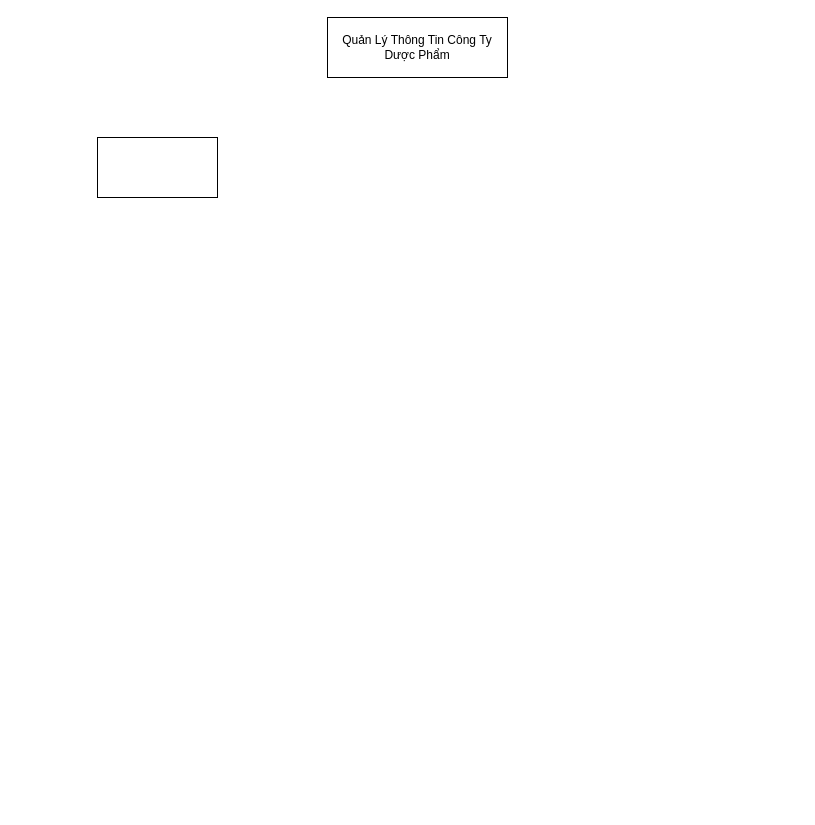
The draw.io diagram page "Page-2" (2 of 3) of Diagrams/BusinessInformationSystems.drawio in Nguyen-Dinh-Sang/BusinessInformationSystems, before the edit. Source tidied: cells renumbered, new cells numbered last; positions are measured from the earlier drawing's top-left corner, leaving out a move shared by most shapes. Both pictures are drawn from the tidied source at 100%, with x=0, y=0 at pixel (97, 17).
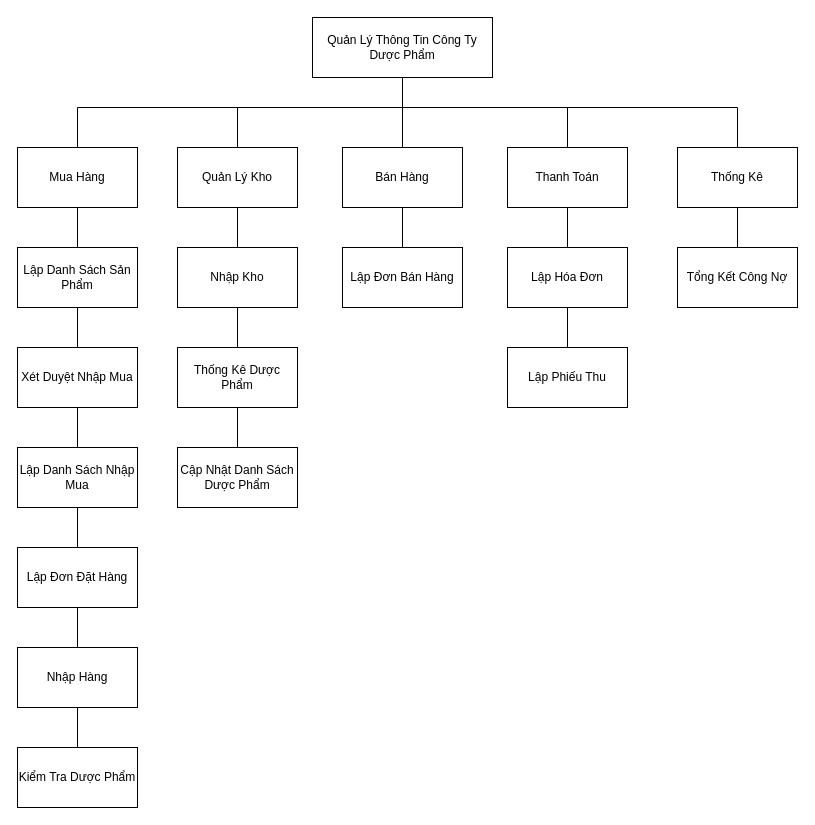
After the change.

Change to the diagram source:
```diff
@@
     <mxCell id="2" value="Quản Lý Thông Tin Công Ty Dược Phẩm" style="rounded=0;whiteSpace=wrap;html=1;" parent="1" vertex="1">
-      <mxGeometry x="230" width="180" height="60" as="geometry" />
+      <mxGeometry x="215" width="180" height="60" as="geometry" />
     </mxCell>
-    <mxCell id="3" style="rounded=0;whiteSpace=wrap;html=1;" parent="1" vertex="1">
-      <mxGeometry y="120" width="120" height="60" as="geometry" />
+    <mxCell id="3" value="Mua Hàng" style="rounded=0;whiteSpace=wrap;html=1;" parent="1" vertex="1">
+      <mxGeometry x="-80" y="130" width="120" height="60" as="geometry" />
     </mxCell>
+    <mxCell id="4" value="Quản Lý Kho" style="rounded=0;whiteSpace=wrap;html=1;" parent="1" vertex="1">
+      <mxGeometry x="80" y="130" width="120" height="60" as="geometry" />
+    </mxCell>
+    <mxCell id="5" value="Bán Hàng" style="rounded=0;whiteSpace=wrap;html=1;" parent="1" vertex="1">
+      <mxGeometry x="245" y="130" width="120" height="60" as="geometry" />
+    </mxCell>
+    <mxCell id="6" value="Thanh Toán" style="rounded=0;whiteSpace=wrap;html=1;" parent="1" vertex="1">
+      <mxGeometry x="410" y="130" width="120" height="60" as="geometry" />
+    </mxCell>
+    <mxCell id="7" value="Thống Kê" style="rounded=0;whiteSpace=wrap;html=1;" parent="1" vertex="1">
+      <mxGeometry x="580" y="130" width="120" height="60" as="geometry" />
+    </mxCell>
+    <mxCell id="8" style="endArrow=none;html=1;" parent="1" edge="1">
+      <mxGeometry relative="1" as="geometry">
+        <mxPoint x="-20" y="90" as="sourcePoint" />
+        <mxPoint x="640" y="90" as="targetPoint" />
+      </mxGeometry>
+    </mxCell>
+    <mxCell id="9" style="endArrow=none;html=1;exitX=0.5;exitY=0;exitDx=0;exitDy=0;" parent="1" edge="1" source="3">
+      <mxGeometry relative="1" as="geometry">
+        <mxPoint x="-20" y="90" as="targetPoint" />
+      </mxGeometry>
+    </mxCell>
+    <mxCell id="10" style="endArrow=none;html=1;entryX=0.5;entryY=0;entryDx=0;entryDy=0;" parent="1" edge="1" target="7">
+      <mxGeometry relative="1" as="geometry">
+        <mxPoint x="640" y="90" as="sourcePoint" />
+      </mxGeometry>
+    </mxCell>
+    <mxCell id="11" style="endArrow=none;html=1;entryX=0.5;entryY=1;entryDx=0;entryDy=0;" parent="1" edge="1" target="2">
+      <mxGeometry relative="1" as="geometry">
+        <mxPoint x="305" y="90" as="sourcePoint" />
+      </mxGeometry>
+    </mxCell>
+    <mxCell id="12" style="endArrow=none;html=1;entryX=0.5;entryY=0;entryDx=0;entryDy=0;" parent="1" edge="1" target="5">
+      <mxGeometry relative="1" as="geometry">
+        <mxPoint x="305" y="90" as="sourcePoint" />
+      </mxGeometry>
+    </mxCell>
+    <mxCell id="13" style="endArrow=none;html=1;exitX=0.5;exitY=0;exitDx=0;exitDy=0;" parent="1" edge="1" source="4">
+      <mxGeometry relative="1" as="geometry">
+        <mxPoint x="140" y="90" as="targetPoint" />
+      </mxGeometry>
+    </mxCell>
+    <mxCell id="14" style="endArrow=none;html=1;exitX=0.5;exitY=0;exitDx=0;exitDy=0;" parent="1" edge="1" source="6">
+      <mxGeometry relative="1" as="geometry">
+        <mxPoint x="470" y="90" as="targetPoint" />
+      </mxGeometry>
+    </mxCell>
+    <mxCell id="15" value="Lập Danh Sách Sản Phẩm" style="rounded=0;whiteSpace=wrap;html=1;" parent="1" vertex="1">
+      <mxGeometry x="-80" y="230" width="120" height="60" as="geometry" />
+    </mxCell>
+    <mxCell id="16" value="Xét Duyệt Nhập Mua" style="rounded=0;whiteSpace=wrap;html=1;" parent="1" vertex="1">
+      <mxGeometry x="-80" y="330" width="120" height="60" as="geometry" />
+    </mxCell>
+    <mxCell id="17" value="Lập Danh Sách Nhập Mua" style="rounded=0;whiteSpace=wrap;html=1;" parent="1" vertex="1">
+      <mxGeometry x="-80" y="430" width="120" height="60" as="geometry" />
+    </mxCell>
+    <mxCell id="18" value="Lập Đơn Đặt Hàng" style="rounded=0;whiteSpace=wrap;html=1;" parent="1" vertex="1">
+      <mxGeometry x="-80" y="530" width="120" height="60" as="geometry" />
+    </mxCell>
+    <mxCell id="19" value="Nhập Hàng" style="rounded=0;whiteSpace=wrap;html=1;" parent="1" vertex="1">
+      <mxGeometry x="-80" y="630" width="120" height="60" as="geometry" />
+    </mxCell>
+    <mxCell id="20" value="Kiểm Tra Dược Phẩm" style="rounded=0;whiteSpace=wrap;html=1;" parent="1" vertex="1">
+      <mxGeometry x="-80" y="730" width="120" height="60" as="geometry" />
+    </mxCell>
+    <mxCell id="21" style="endArrow=none;html=1;entryX=0.5;entryY=1;entryDx=0;entryDy=0;" parent="1" edge="1" source="15" target="3">
+      <mxGeometry relative="1" as="geometry" />
+    </mxCell>
+    <mxCell id="22" style="endArrow=none;html=1;entryX=0.5;entryY=1;entryDx=0;entryDy=0;" parent="1" edge="1" source="16" target="15">
+      <mxGeometry relative="1" as="geometry" />
+    </mxCell>
+    <mxCell id="23" style="endArrow=none;html=1;entryX=0.5;entryY=1;entryDx=0;entryDy=0;exitX=0.5;exitY=0;exitDx=0;exitDy=0;" parent="1" edge="1" source="17" target="16">
+      <mxGeometry relative="1" as="geometry" />
+    </mxCell>
+    <mxCell id="24" style="endArrow=none;html=1;entryX=0.5;entryY=1;entryDx=0;entryDy=0;exitX=0.5;exitY=0;exitDx=0;exitDy=0;" parent="1" edge="1" source="18" target="17">
+      <mxGeometry relative="1" as="geometry" />
+    </mxCell>
+    <mxCell id="25" style="endArrow=none;html=1;entryX=0.5;entryY=1;entryDx=0;entryDy=0;exitX=0.5;exitY=0;exitDx=0;exitDy=0;" parent="1" edge="1" source="19" target="18">
+      <mxGeometry relative="1" as="geometry" />
+    </mxCell>
+    <mxCell id="26" style="endArrow=none;html=1;entryX=0.5;entryY=1;entryDx=0;entryDy=0;exitX=0.5;exitY=0;exitDx=0;exitDy=0;" parent="1" edge="1" source="20" target="19">
+      <mxGeometry relative="1" as="geometry" />
+    </mxCell>
+    <mxCell id="27" value="Nhập Kho" style="rounded=0;whiteSpace=wrap;html=1;" parent="1" vertex="1">
+      <mxGeometry x="80" y="230" width="120" height="60" as="geometry" />
+    </mxCell>
+    <mxCell id="28" value="Thống Kê Dược Phẩm" style="rounded=0;whiteSpace=wrap;html=1;" parent="1" vertex="1">
+      <mxGeometry x="80" y="330" width="120" height="60" as="geometry" />
+    </mxCell>
+    <mxCell id="29" value="Cập Nhật Danh Sách Dược Phẩm" style="rounded=0;whiteSpace=wrap;html=1;" parent="1" vertex="1">
+      <mxGeometry x="80" y="430" width="120" height="60" as="geometry" />
+    </mxCell>
+    <mxCell id="30" style="endArrow=none;html=1;entryX=0.5;entryY=1;entryDx=0;entryDy=0;exitX=0.5;exitY=0;exitDx=0;exitDy=0;" parent="1" edge="1" source="27" target="4">
+      <mxGeometry relative="1" as="geometry" />
+    </mxCell>
+    <mxCell id="31" style="endArrow=none;html=1;entryX=0.5;entryY=1;entryDx=0;entryDy=0;" parent="1" edge="1" source="28" target="27">
+      <mxGeometry relative="1" as="geometry" />
+    </mxCell>
+    <mxCell id="32" style="endArrow=none;html=1;entryX=0.5;entryY=1;entryDx=0;entryDy=0;exitX=0.5;exitY=0;exitDx=0;exitDy=0;" parent="1" edge="1" source="29" target="28">
+      <mxGeometry relative="1" as="geometry" />
+    </mxCell>
+    <mxCell id="33" value="Lập Đơn Bán Hàng" style="rounded=0;whiteSpace=wrap;html=1;" parent="1" vertex="1">
+      <mxGeometry x="245" y="230" width="120" height="60" as="geometry" />
+    </mxCell>
+    <mxCell id="34" value="Lập Hóa Đơn" style="rounded=0;whiteSpace=wrap;html=1;" parent="1" vertex="1">
+      <mxGeometry x="410" y="230" width="120" height="60" as="geometry" />
+    </mxCell>
+    <mxCell id="35" value="Lập Phiếu Thu" style="rounded=0;whiteSpace=wrap;html=1;" parent="1" vertex="1">
+      <mxGeometry x="410" y="330" width="120" height="60" as="geometry" />
+    </mxCell>
+    <mxCell id="36" value="Tổng Kết Công Nợ" style="rounded=0;whiteSpace=wrap;html=1;" parent="1" vertex="1">
+      <mxGeometry x="580" y="230" width="120" height="60" as="geometry" />
+    </mxCell>
+    <mxCell id="37" style="endArrow=none;html=1;entryX=0.5;entryY=1;entryDx=0;entryDy=0;exitX=0.5;exitY=0;exitDx=0;exitDy=0;" parent="1" edge="1" source="33" target="5">
+      <mxGeometry relative="1" as="geometry" />
+    </mxCell>
+    <mxCell id="38" style="endArrow=none;html=1;entryX=0.5;entryY=1;entryDx=0;entryDy=0;exitX=0.5;exitY=0;exitDx=0;exitDy=0;" parent="1" edge="1" source="34" target="6">
+      <mxGeometry relative="1" as="geometry" />
+    </mxCell>
+    <mxCell id="39" style="endArrow=none;html=1;entryX=0.5;entryY=1;entryDx=0;entryDy=0;exitX=0.5;exitY=0;exitDx=0;exitDy=0;" parent="1" edge="1" source="35" target="34">
+      <mxGeometry relative="1" as="geometry" />
+    </mxCell>
+    <mxCell id="40" style="endArrow=none;html=1;entryX=0.5;entryY=1;entryDx=0;entryDy=0;" parent="1" edge="1" source="36" target="7">
+      <mxGeometry relative="1" as="geometry" />
+    </mxCell>
```
